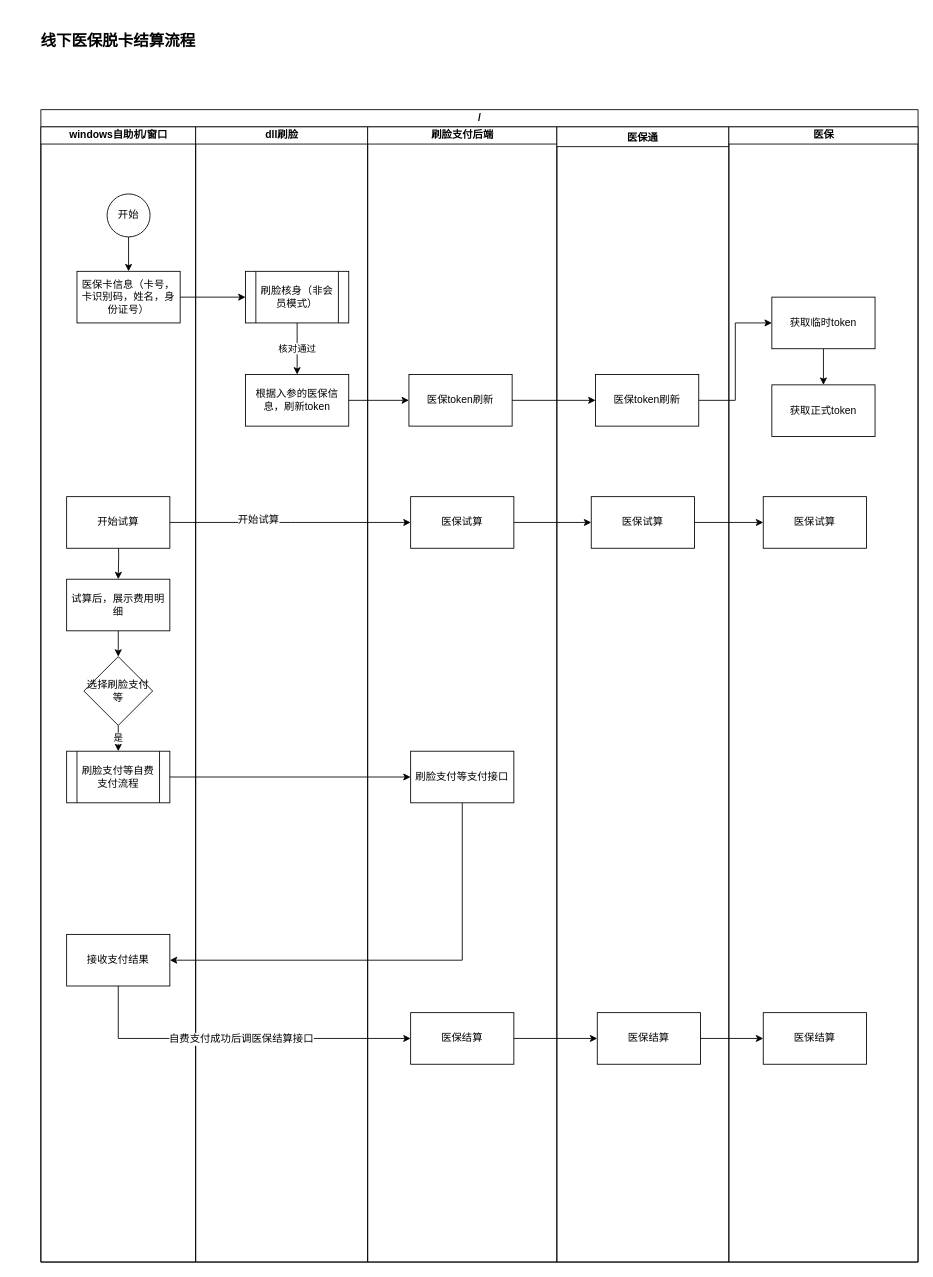
Above: 线下医保脱卡结算流程.drawio in zhangwenhuad/visio (draw.io), before the change. Source tidied: cells renumbered, new cells numbered last; positions are measured from the earlier drawing's top-left corner, leaving out a move shared by most shapes. Both pictures are drawn from the tidied source at 86%, with x=0, y=0 at pixel (15, 15).
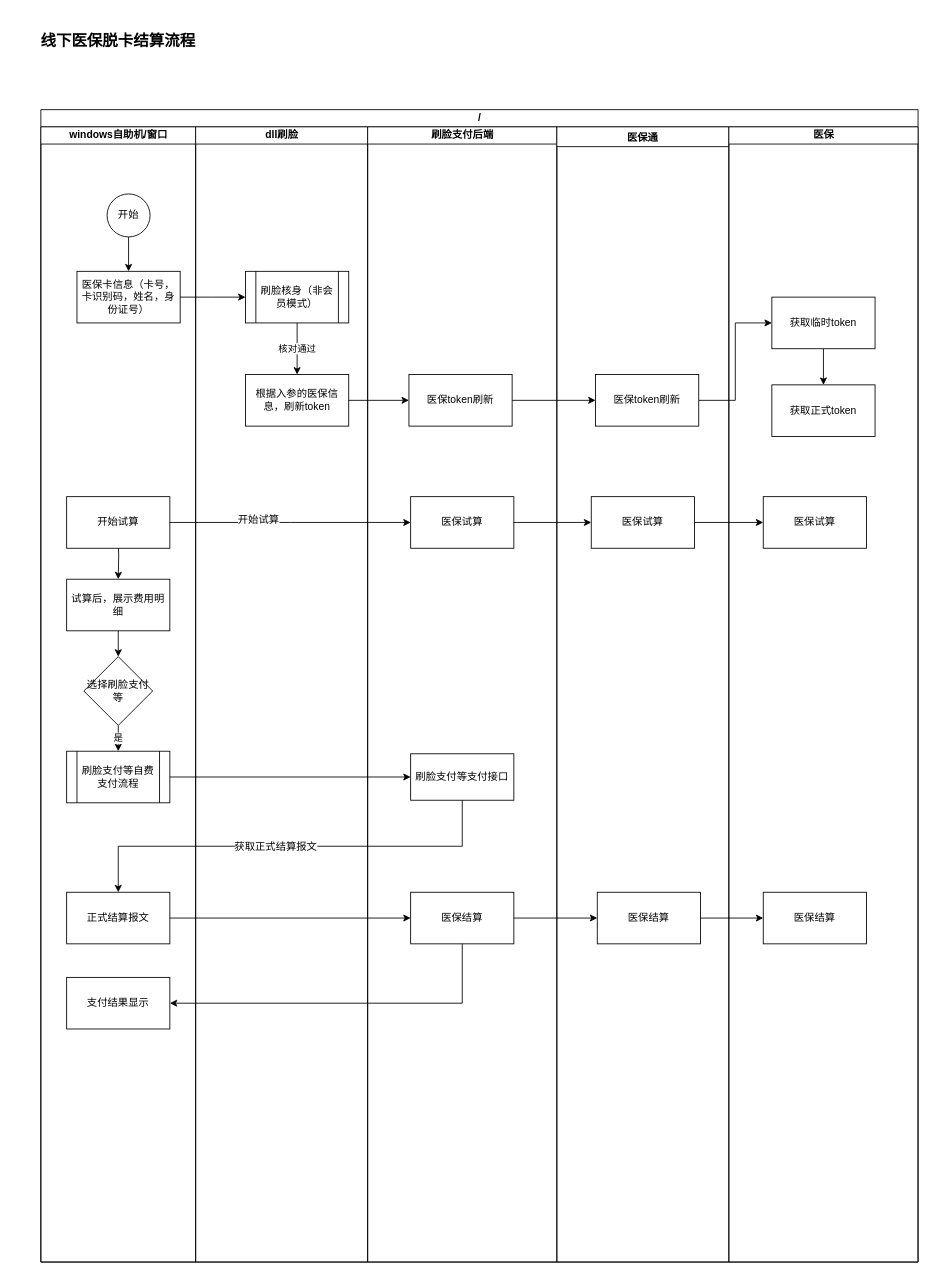
Above is the later version.

Commit message:
Update 线下医保脱卡结算流程.drawio

Unchanged cells that the change refers to:
```xml
<mxCell id="3" value="/" style="swimlane;html=1;startSize=20;" parent="1" vertex="1">
  <mxGeometry x="30" y="110" width="1020" height="1340" as="geometry" />
</mxCell>
<mxCell id="4" value="windows自助机/窗口" style="swimlane;html=1;startSize=20;" parent="3" vertex="1">
  <mxGeometry y="20" width="180" height="1320" as="geometry" />
</mxCell>
<mxCell id="15" value="刷脸支付后端" style="swimlane;html=1;startSize=20;" parent="3" vertex="1">
  <mxGeometry x="380" y="20" width="220" height="1320" as="geometry" />
</mxCell>
<mxCell id="23" value="医保通" style="swimlane;" parent="3" vertex="1">
  <mxGeometry x="600" y="20" width="200" height="1320" as="geometry" />
</mxCell>
<mxCell id="26" value="医保" style="swimlane;html=1;startSize=20;" parent="3" vertex="1">
  <mxGeometry x="800" y="20" width="220" height="1320" as="geometry" />
</mxCell>
```

Change to the diagram source:
```diff
@@
-    <mxCell id="13" value="接收支付结果" style="rounded=0;whiteSpace=wrap;html=1;" parent="4" vertex="1">
-      <mxGeometry x="30" y="939" width="120" height="60" as="geometry" />
-    </mxCell>
+    <mxCell id="51" value="支付结果显示" style="rounded=0;whiteSpace=wrap;html=1;" parent="4" vertex="1">
+      <mxGeometry x="30" y="989" width="120" height="60" as="geometry" />
+    </mxCell>
+    <mxCell id="52" value="正式结算报文" style="rounded=0;whiteSpace=wrap;html=1;" parent="4" vertex="1">
+      <mxGeometry x="30" y="890" width="120" height="60" as="geometry" />
+    </mxCell>
@@
     <mxCell id="16" value="刷脸支付等支付接口" style="rounded=0;whiteSpace=wrap;html=1;" parent="15" vertex="1">
-      <mxGeometry x="50" y="726" width="120" height="60" as="geometry" />
+      <mxGeometry x="50" y="729" width="120" height="54" as="geometry" />
     </mxCell>
@@
     <mxCell id="18" value="医保结算" style="rounded=0;whiteSpace=wrap;html=1;" parent="15" vertex="1">
-      <mxGeometry x="50" y="1030" width="120" height="60" as="geometry" />
+      <mxGeometry x="50" y="890" width="120" height="60" as="geometry" />
     </mxCell>
@@
-    <mxCell id="20" style="edgeStyle=orthogonalEdgeStyle;rounded=0;jettySize=auto;html=1;exitX=0.5;exitY=1;exitDx=0;exitDy=0;entryX=0;entryY=0.5;entryDx=0;entryDy=0;" parent="3" edge="1" source="13" target="18">
-      <mxGeometry relative="1" as="geometry">
-        <Array as="points">
-          <mxPoint x="90" y="1080" />
-        </Array>
-      </mxGeometry>
-    </mxCell>
-    <mxCell id="21" value="自费支付成功后调医保结算接口" style="text;html=1;align=center;verticalAlign=middle;labelBackgroundColor=#ffffff;" parent="20" vertex="1">
-      <mxGeometry x="0.01" relative="1" as="geometry" />
-    </mxCell>
-    <mxCell id="22" style="edgeStyle=orthogonalEdgeStyle;rounded=0;jettySize=auto;html=1;exitX=0.5;exitY=1;exitDx=0;exitDy=0;entryX=1;entryY=0.5;entryDx=0;entryDy=0;" parent="3" edge="1" source="16" target="13">
-      <mxGeometry relative="1" as="geometry" />
-    </mxCell>
@@
     <mxCell id="25" value="医保结算" style="rounded=0;whiteSpace=wrap;html=1;" parent="23" vertex="1">
-      <mxGeometry x="47" y="1030" width="120" height="60" as="geometry" />
+      <mxGeometry x="47" y="890" width="120" height="60" as="geometry" />
     </mxCell>
+    <mxCell id="37" style="edgeStyle=orthogonalEdgeStyle;rounded=0;jettySize=auto;html=1;exitX=1;exitY=0.5;exitDx=0;exitDy=0;entryX=0;entryY=0.5;entryDx=0;entryDy=0;" parent="3" edge="1" source="18" target="25">
+      <mxGeometry relative="1" as="geometry" />
+    </mxCell>
+    <mxCell id="38" style="edgeStyle=orthogonalEdgeStyle;rounded=0;jettySize=auto;html=1;exitX=1;exitY=0.5;exitDx=0;exitDy=0;entryX=0;entryY=0.5;entryDx=0;entryDy=0;" parent="3" edge="1" source="25" target="27">
+      <mxGeometry relative="1" as="geometry" />
+    </mxCell>
@@
     <mxCell id="27" value="医保结算" style="rounded=0;whiteSpace=wrap;html=1;" parent="26" vertex="1">
-      <mxGeometry x="40" y="1030" width="120" height="60" as="geometry" />
+      <mxGeometry x="40" y="890" width="120" height="60" as="geometry" />
     </mxCell>
@@
-    <mxCell id="37" style="edgeStyle=orthogonalEdgeStyle;rounded=0;jettySize=auto;html=1;exitX=1;exitY=0.5;exitDx=0;exitDy=0;entryX=0;entryY=0.5;entryDx=0;entryDy=0;" parent="3" edge="1" source="18" target="25">
-      <mxGeometry relative="1" as="geometry" />
-    </mxCell>
-    <mxCell id="38" style="edgeStyle=orthogonalEdgeStyle;rounded=0;jettySize=auto;html=1;exitX=1;exitY=0.5;exitDx=0;exitDy=0;entryX=0;entryY=0.5;entryDx=0;entryDy=0;" parent="3" edge="1" source="25" target="27">
-      <mxGeometry relative="1" as="geometry" />
-    </mxCell>
+    <mxCell id="53" style="edgeStyle=orthogonalEdgeStyle;rounded=0;jettySize=auto;html=1;exitX=0.5;exitY=1;exitDx=0;exitDy=0;entryX=1;entryY=0.5;entryDx=0;entryDy=0;" parent="3" edge="1" source="18" target="51">
+      <mxGeometry relative="1" as="geometry" />
+    </mxCell>
+    <mxCell id="54" style="edgeStyle=orthogonalEdgeStyle;rounded=0;jettySize=auto;html=1;exitX=0.5;exitY=1;exitDx=0;exitDy=0;entryX=0.5;entryY=0;entryDx=0;entryDy=0;" parent="3" edge="1" source="16" target="52">
+      <mxGeometry relative="1" as="geometry" />
+    </mxCell>
+    <mxCell id="55" value="获取正式结算报文" style="text;html=1;align=center;verticalAlign=middle;labelBackgroundColor=#ffffff;" parent="54" vertex="1">
+      <mxGeometry x="0.07" relative="1" as="geometry" />
+    </mxCell>
+    <mxCell id="56" style="edgeStyle=orthogonalEdgeStyle;rounded=0;jettySize=auto;html=1;exitX=1;exitY=0.5;exitDx=0;exitDy=0;entryX=0;entryY=0.5;entryDx=0;entryDy=0;" parent="3" edge="1" source="52" target="18">
+      <mxGeometry relative="1" as="geometry" />
+    </mxCell>
```
